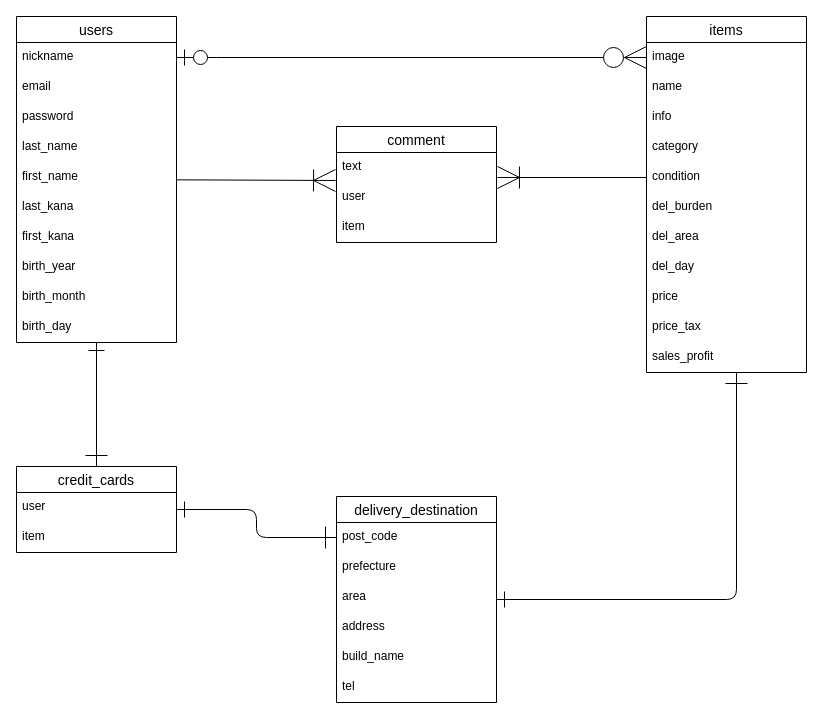
The draw.io diagram furima-39906.dio in subaru25801245/furima-39906, before the edit. Source tidied: cells renumbered, new cells numbered last; positions are measured from the earlier drawing's top-left corner, leaving out a move shared by most shapes. Both pictures are drawn from the tidied source at 100%, with x=0, y=0 at pixel (16, 16).
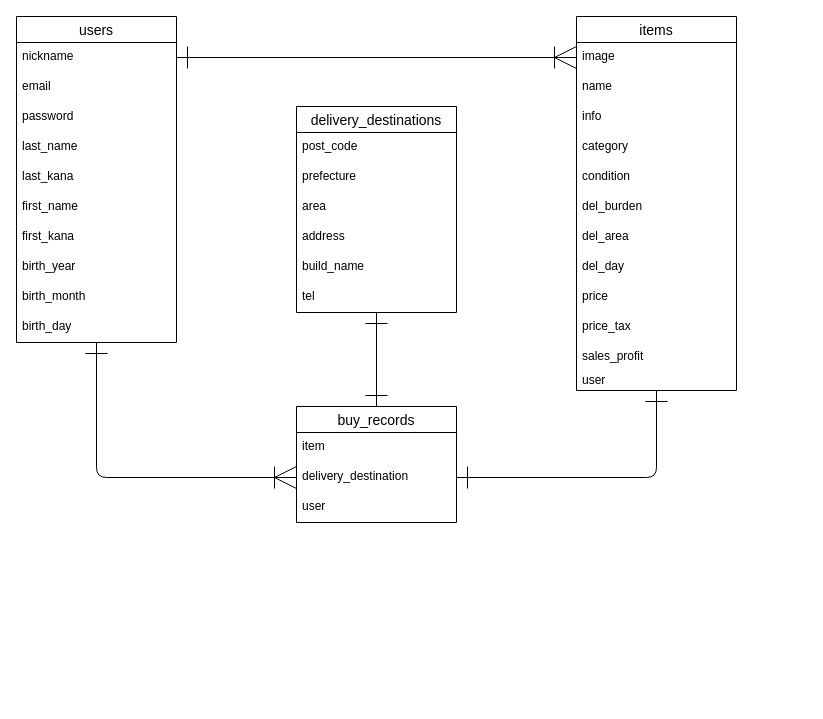
Above is the later version.

Commit message (it also covers changes not shown here):
データベース設計

Unchanged cells that the change refers to:
```xml
<mxCell id="4" value="users" style="swimlane;fontStyle=0;horizontal=1;startSize=26;align=center;fontSize=14;" parent="1" vertex="1">
  <mxGeometry width="160" height="326" as="geometry" />
</mxCell>
<mxCell id="5" value="nickname" style="text;strokeColor=none;fillColor=none;spacingLeft=4;spacingRight=4;overflow=hidden;points=[[0,0.5],[1,0.5]];portConstraint=eastwest;fontSize=12;" parent="4" vertex="1">
  <mxGeometry y="26" width="160" height="30" as="geometry" />
</mxCell>
<mxCell id="16" value="image" style="text;strokeColor=none;fillColor=none;spacingLeft=4;spacingRight=4;overflow=hidden;points=[[0,0.5],[1,0.5]];portConstraint=eastwest;fontSize=12;" parent="15" vertex="1">
  <mxGeometry y="26" width="160" height="30" as="geometry" />
</mxCell>
<mxCell id="20" value="condition" style="text;strokeColor=none;fillColor=none;spacingLeft=4;spacingRight=4;overflow=hidden;points=[[0,0.5],[1,0.5]];portConstraint=eastwest;fontSize=12;" parent="15" vertex="1">
  <mxGeometry y="146" width="160" height="30" as="geometry" />
</mxCell>
<mxCell id="33" value="post_code" style="text;strokeColor=none;fillColor=none;spacingLeft=4;spacingRight=4;overflow=hidden;points=[[0,0.5],[1,0.5]];portConstraint=eastwest;fontSize=12;" parent="32" vertex="1">
  <mxGeometry y="26" width="160" height="30" as="geometry" />
</mxCell>
```

Change to the diagram source:
```diff
@@
-    <mxCell id="2" style="edgeStyle=none;html=1;entryX=-0.006;entryY=0.933;entryDx=0;entryDy=0;entryPerimeter=0;endArrow=ERoneToMany;endFill=0;strokeWidth=1;jumpSize=17;endSize=20;startSize=14;" parent="1" edge="1" source="4" target="28">
-      <mxGeometry relative="1" as="geometry" />
-    </mxCell>
-    <mxCell id="3" style="edgeStyle=orthogonalEdgeStyle;sketch=0;jumpSize=17;html=1;entryX=0.5;entryY=0;entryDx=0;entryDy=0;strokeWidth=1;endArrow=ERone;endFill=0;startSize=14;endSize=20;startArrow=ERone;startFill=0;" parent="1" edge="1" source="4" target="42">
-      <mxGeometry relative="1" as="geometry" />
-    </mxCell>
+    <mxCell id="45" style="edgeStyle=orthogonalEdgeStyle;jumpSize=18;html=1;entryX=0;entryY=0.5;entryDx=0;entryDy=0;startArrow=ERone;startFill=0;endArrow=ERoneToMany;endFill=0;startSize=20;endSize=20;" parent="1" edge="1" source="4" target="50">
+      <mxGeometry relative="1" as="geometry" />
+    </mxCell>
@@
+    <mxCell id="10" value="last_kana" style="text;strokeColor=none;fillColor=none;spacingLeft=4;spacingRight=4;overflow=hidden;fontSize=12;" parent="4" vertex="1">
+      <mxGeometry y="146" width="160" height="30" as="geometry" />
+    </mxCell>
     <mxCell id="9" value="first_name" style="text;strokeColor=none;fillColor=none;spacingLeft=4;spacingRight=4;overflow=hidden;fontSize=12;" parent="4" vertex="1">
-      <mxGeometry y="146" width="160" height="30" as="geometry" />
+      <mxGeometry y="176" width="160" height="30" as="geometry" />
     </mxCell>
-    <mxCell id="10" value="last_kana" style="text;strokeColor=none;fillColor=none;spacingLeft=4;spacingRight=4;overflow=hidden;fontSize=12;" parent="4" vertex="1">
-      <mxGeometry y="176" width="160" height="30" as="geometry" />
-    </mxCell>
@@
+    <mxCell id="46" style="edgeStyle=orthogonalEdgeStyle;jumpSize=18;html=1;entryX=1;entryY=0.5;entryDx=0;entryDy=0;startArrow=ERone;startFill=0;endArrow=ERone;endFill=0;startSize=20;endSize=20;" parent="1" edge="1" source="15" target="50">
+      <mxGeometry relative="1" as="geometry" />
+    </mxCell>
     <mxCell id="15" value="items" style="swimlane;fontStyle=0;horizontal=1;startSize=26;align=center;fontSize=14;" parent="1" vertex="1">
-      <mxGeometry x="630" width="160" height="356" as="geometry" />
+      <mxGeometry x="560" width="160" height="374" as="geometry" />
     </mxCell>
@@
     <mxCell id="26" value="sales_profit" style="text;strokeColor=none;fillColor=none;spacingLeft=4;spacingRight=4;overflow=hidden;points=[[0,0.5],[1,0.5]];portConstraint=eastwest;fontSize=12;" parent="15" vertex="1">
-      <mxGeometry y="326" width="160" height="30" as="geometry" />
+      <mxGeometry y="326" width="160" height="24" as="geometry" />
     </mxCell>
-    <mxCell id="27" value="comment" style="swimlane;fontStyle=0;horizontal=1;startSize=26;align=center;fontSize=14;" parent="1" vertex="1">
-      <mxGeometry x="320" y="110" width="160" height="116" as="geometry" />
-    </mxCell>
-    <mxCell id="28" value="text" style="text;strokeColor=none;fillColor=none;spacingLeft=4;spacingRight=4;overflow=hidden;points=[[0,0.5],[1,0.5]];portConstraint=eastwest;fontSize=12;" parent="27" vertex="1">
-      <mxGeometry y="26" width="160" height="30" as="geometry" />
-    </mxCell>
-    <mxCell id="29" value="user" style="text;strokeColor=none;fillColor=none;spacingLeft=4;spacingRight=4;overflow=hidden;fontSize=12;" parent="27" vertex="1">
-      <mxGeometry y="56" width="160" height="30" as="geometry" />
-    </mxCell>
-    <mxCell id="30" value="item" style="text;strokeColor=none;fillColor=none;spacingLeft=4;spacingRight=4;overflow=hidden;fontSize=12;" parent="27" vertex="1">
-      <mxGeometry y="86" width="160" height="30" as="geometry" />
-    </mxCell>
-    <mxCell id="31" style="edgeStyle=orthogonalEdgeStyle;sketch=0;jumpSize=17;html=1;strokeWidth=1;startArrow=ERone;startFill=0;endArrow=ERone;endFill=0;startSize=14;endSize=20;" parent="1" edge="1" source="32" target="26">
-      <mxGeometry relative="1" as="geometry">
-        <Array as="points">
-          <mxPoint x="720" y="583" />
-        </Array>
-      </mxGeometry>
-    </mxCell>
+    <mxCell id="47" value="user" style="text;strokeColor=none;fillColor=none;spacingLeft=4;spacingRight=4;overflow=hidden;fontSize=12;" parent="15" vertex="1">
+      <mxGeometry y="350" width="160" height="24" as="geometry" />
+    </mxCell>
+    <mxCell id="48" style="edgeStyle=orthogonalEdgeStyle;jumpSize=18;html=1;startArrow=ERone;startFill=0;endArrow=ERone;endFill=0;startSize=20;endSize=20;entryX=0.5;entryY=0;entryDx=0;entryDy=0;" parent="1" edge="1" source="32" target="49">
+      <mxGeometry relative="1" as="geometry" />
+    </mxCell>
-    <mxCell id="32" value="delivery_destination" style="swimlane;fontStyle=0;horizontal=1;startSize=26;align=center;fontSize=14;" parent="1" vertex="1">
-      <mxGeometry x="320" y="480" width="160" height="206" as="geometry" />
+    <mxCell id="32" value="delivery_destinations" style="swimlane;fontStyle=0;horizontal=1;startSize=26;align=center;fontSize=14;" parent="1" vertex="1">
+      <mxGeometry x="280" y="90" width="160" height="206" as="geometry" />
     </mxCell>
@@
-    <mxCell id="39" style="edgeStyle=none;sketch=0;jumpSize=17;html=1;exitX=0;exitY=0.5;exitDx=0;exitDy=0;entryX=1.006;entryY=0.833;entryDx=0;entryDy=0;entryPerimeter=0;strokeWidth=1;endArrow=ERoneToMany;endFill=0;startSize=14;endSize=20;" parent="1" edge="1" source="20" target="28">
-      <mxGeometry relative="1" as="geometry" />
-    </mxCell>
+    <mxCell id="49" value="buy_records" style="swimlane;fontStyle=0;horizontal=1;startSize=26;align=center;fontSize=14;" parent="1" vertex="1">
+      <mxGeometry x="280" y="390" width="160" height="116" as="geometry" />
+    </mxCell>
+    <mxCell id="30" value="item" style="text;strokeColor=none;fillColor=none;spacingLeft=4;spacingRight=4;overflow=hidden;fontSize=12;" parent="49" vertex="1">
+      <mxGeometry y="26" width="160" height="30" as="geometry" />
+    </mxCell>
+    <mxCell id="50" value="delivery_destination" style="text;strokeColor=none;fillColor=none;spacingLeft=4;spacingRight=4;overflow=hidden;points=[[0,0.5],[1,0.5]];portConstraint=eastwest;fontSize=12;" parent="49" vertex="1">
+      <mxGeometry y="56" width="160" height="30" as="geometry" />
+    </mxCell>
+    <mxCell id="51" value="user" style="text;strokeColor=none;fillColor=none;spacingLeft=4;spacingRight=4;overflow=hidden;fontSize=12;" parent="49" vertex="1">
+      <mxGeometry y="86" width="160" height="30" as="geometry" />
+    </mxCell>
-    <mxCell id="40" style="edgeStyle=entityRelationEdgeStyle;fontSize=12;html=1;endArrow=ERzeroToMany;startArrow=ERzeroToOne;sketch=0;strokeWidth=1;startSize=14;endSize=20;jumpSize=17;exitX=1;exitY=0.5;exitDx=0;exitDy=0;entryX=0;entryY=0.5;entryDx=0;entryDy=0;" parent="1" edge="1" source="5" target="16">
+    <mxCell id="40" style="edgeStyle=orthogonalEdgeStyle;jumpSize=18;html=1;entryX=0;entryY=0.5;entryDx=0;entryDy=0;startArrow=ERone;startFill=0;endArrow=ERoneToMany;endFill=0;startSize=20;endSize=20;" parent="1" edge="1" source="5" target="16">
       <mxGeometry relative="1" as="geometry" />
     </mxCell>
-    <mxCell id="41" style="edgeStyle=orthogonalEdgeStyle;sketch=0;jumpSize=17;html=1;entryX=0;entryY=0.5;entryDx=0;entryDy=0;strokeWidth=1;startArrow=ERone;startFill=0;endArrow=ERone;endFill=0;startSize=14;endSize=20;" parent="1" edge="1" source="42" target="33">
-      <mxGeometry relative="1" as="geometry" />
-    </mxCell>
-    <mxCell id="42" value="credit_cards" style="swimlane;fontStyle=0;horizontal=1;startSize=26;align=center;fontSize=14;" parent="1" vertex="1">
-      <mxGeometry y="450" width="160" height="86" as="geometry" />
-    </mxCell>
-    <mxCell id="43" value="user" style="text;strokeColor=none;fillColor=none;spacingLeft=4;spacingRight=4;overflow=hidden;fontSize=12;" parent="42" vertex="1">
-      <mxGeometry y="26" width="160" height="30" as="geometry" />
-    </mxCell>
-    <mxCell id="44" value="item " style="text;strokeColor=none;fillColor=none;spacingLeft=4;spacingRight=4;overflow=hidden;fontSize=12;" parent="42" vertex="1">
-      <mxGeometry y="56" width="160" height="30" as="geometry" />
-    </mxCell>
```
